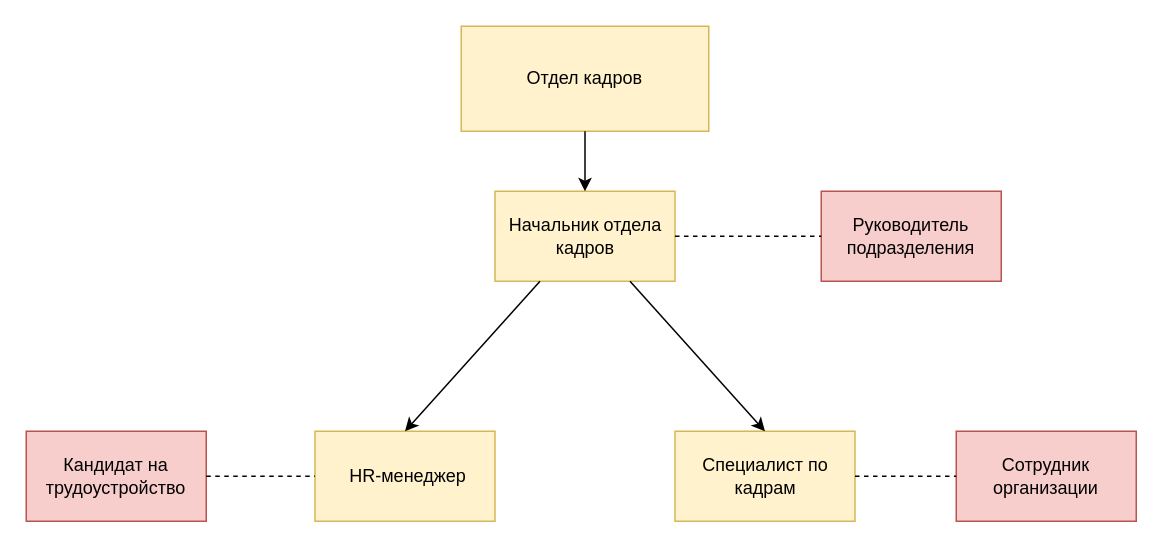
This is page "Page-3" (3 of 10) of Untitled Diagram.drawio from nn80nn/DataBases, a draw.io file, before an edit. Source tidied: cells renumbered, new cells numbered last; positions are measured from the earlier drawing's top-left corner, leaving out a move shared by most shapes. Both pictures are drawn from the tidied source at 150%, with x=0, y=0 at pixel (26, 26).
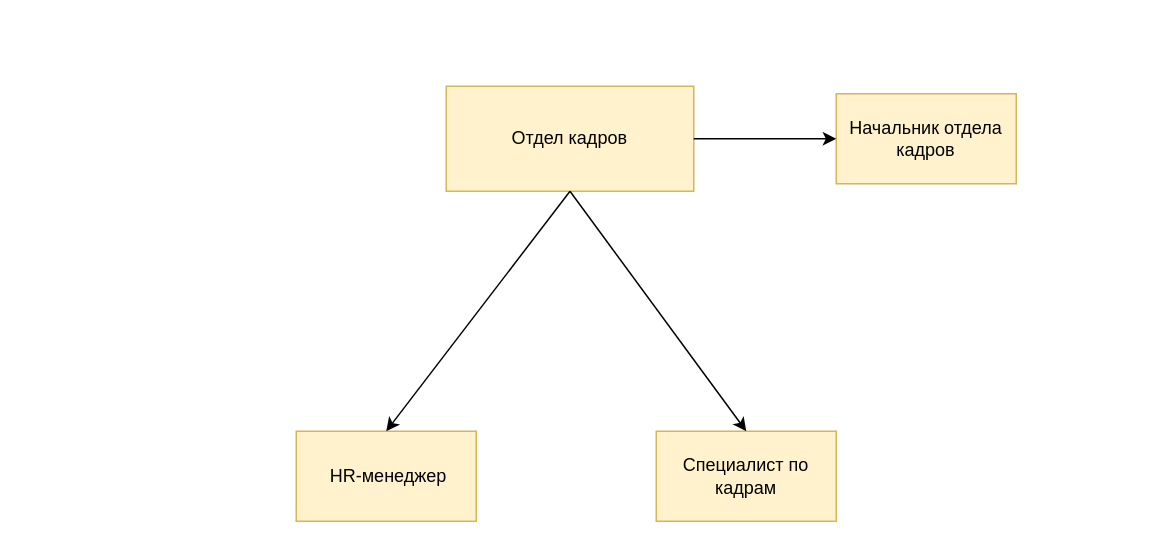
The same diagram, later.

Change to the diagram source:
```diff
@@
 <mxGraphModel>
   <root>
     <mxCell id="0" />
     <mxCell id="1" parent="0" />
     <mxCell id="2" value="Отдел кадров" style="rounded=0;whiteSpace=wrap;html=1;fillColor=#fff2cc;strokeColor=#d6b656;" parent="1" vertex="1">
-      <mxGeometry x="290" width="165" height="70" as="geometry" />
+      <mxGeometry x="280" y="40" width="165" height="70" as="geometry" />
     </mxCell>
     <mxCell id="3" value="&amp;nbsp;HR-менеджер" style="rounded=0;whiteSpace=wrap;html=1;fillColor=#fff2cc;strokeColor=#d6b656;" parent="1" vertex="1">
-      <mxGeometry x="192.5" y="270" width="120" height="60" as="geometry" />
+      <mxGeometry x="180" y="270" width="120" height="60" as="geometry" />
     </mxCell>
     <mxCell id="4" value="Специалист по кадрам" style="rounded=0;whiteSpace=wrap;html=1;fillColor=#fff2cc;strokeColor=#d6b656;" parent="1" vertex="1">
-      <mxGeometry x="432.5" y="270" width="120" height="60" as="geometry" />
+      <mxGeometry x="420" y="270" width="120" height="60" as="geometry" />
     </mxCell>
     <mxCell id="5" value="Начальник отдела кадров" style="rounded=0;whiteSpace=wrap;html=1;fillColor=#fff2cc;strokeColor=#d6b656;" parent="1" vertex="1">
-      <mxGeometry x="312.5" y="110" width="120" height="60" as="geometry" />
+      <mxGeometry x="540" y="45" width="120" height="60" as="geometry" />
     </mxCell>
-    <mxCell id="6" style="endArrow=classic;html=1;rounded=0;exitX=0.25;exitY=1;exitDx=0;exitDy=0;entryX=0.5;entryY=0;entryDx=0;entryDy=0;" parent="1" edge="1" source="5" target="3">
+    <mxCell id="6" style="endArrow=classic;html=1;rounded=0;exitX=0.5;exitY=1;exitDx=0;exitDy=0;entryX=0.5;entryY=0;entryDx=0;entryDy=0;" parent="1" edge="1" source="2" target="3">
       <mxGeometry relative="1" as="geometry" />
     </mxCell>
-    <mxCell id="7" style="endArrow=classic;html=1;rounded=0;exitX=0.5;exitY=1;exitDx=0;exitDy=0;entryX=0.5;entryY=0;entryDx=0;entryDy=0;" parent="1" edge="1" source="2" target="5">
+    <mxCell id="7" style="endArrow=classic;html=1;rounded=0;exitX=1;exitY=0.5;exitDx=0;exitDy=0;entryX=0;entryY=0.5;entryDx=0;entryDy=0;" parent="1" edge="1" source="2" target="5">
       <mxGeometry relative="1" as="geometry" />
     </mxCell>
-    <mxCell id="8" style="endArrow=classic;html=1;rounded=0;exitX=0.75;exitY=1;exitDx=0;exitDy=0;entryX=0.5;entryY=0;entryDx=0;entryDy=0;" parent="1" edge="1" source="5" target="4">
+    <mxCell id="8" style="endArrow=classic;html=1;rounded=0;entryX=0.5;entryY=0;entryDx=0;entryDy=0;exitX=0.5;exitY=1;exitDx=0;exitDy=0;" parent="1" edge="1" source="2" target="4">
       <mxGeometry relative="1" as="geometry" />
     </mxCell>
-    <mxCell id="9" value="Руководитель подразделения" style="rounded=0;whiteSpace=wrap;html=1;fillColor=#f8cecc;strokeColor=#b85450;" parent="1" vertex="1">
-      <mxGeometry x="530" y="110" width="120" height="60" as="geometry" />
-    </mxCell>
-    <mxCell id="10" value="Кандидат на трудоустройство" style="rounded=0;whiteSpace=wrap;html=1;fillColor=#f8cecc;strokeColor=#b85450;" parent="1" vertex="1">
-      <mxGeometry y="270" width="120" height="60" as="geometry" />
-    </mxCell>
-    <mxCell id="11" value="Сотрудник организации" style="rounded=0;whiteSpace=wrap;html=1;fillColor=#f8cecc;strokeColor=#b85450;" parent="1" vertex="1">
-      <mxGeometry x="620" y="270" width="120" height="60" as="geometry" />
-    </mxCell>
-    <mxCell id="12" style="endArrow=none;dashed=1;html=1;rounded=0;exitX=1;exitY=0.5;exitDx=0;exitDy=0;entryX=0;entryY=0.5;entryDx=0;entryDy=0;" parent="1" edge="1" source="10" target="3">
-      <mxGeometry relative="1" as="geometry" />
-    </mxCell>
-    <mxCell id="13" style="endArrow=none;dashed=1;html=1;rounded=0;exitX=1;exitY=0.5;exitDx=0;exitDy=0;entryX=0;entryY=0.5;entryDx=0;entryDy=0;" parent="1" edge="1" source="4" target="11">
-      <mxGeometry relative="1" as="geometry" />
-    </mxCell>
-    <mxCell id="14" style="endArrow=none;dashed=1;html=1;rounded=0;exitX=1;exitY=0.5;exitDx=0;exitDy=0;entryX=0;entryY=0.5;entryDx=0;entryDy=0;" parent="1" edge="1" source="5" target="9">
-      <mxGeometry relative="1" as="geometry" />
-    </mxCell>
   </root>
 </mxGraphModel>
```
